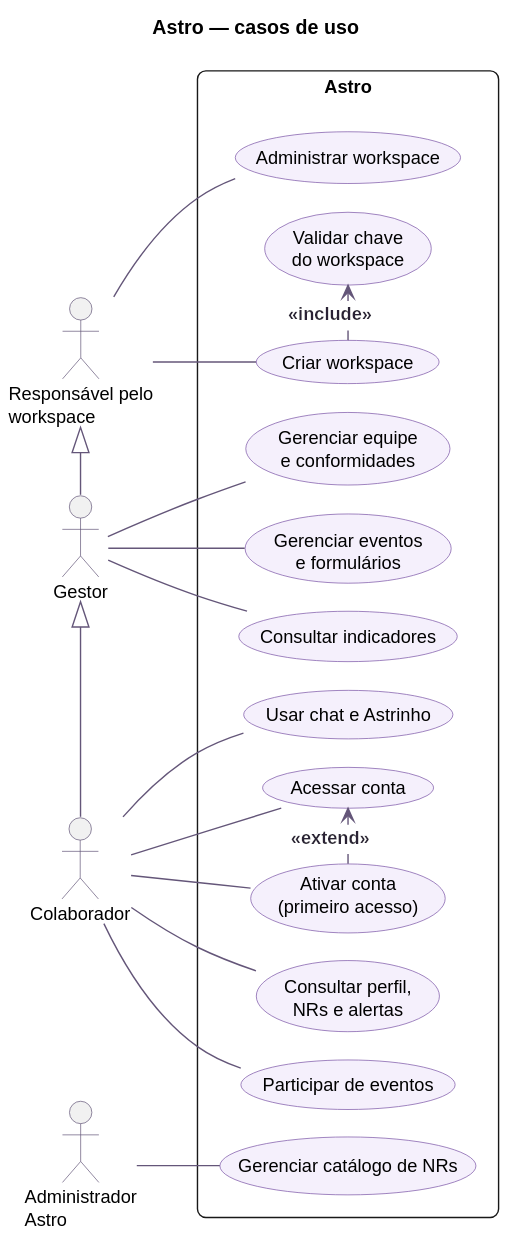
Before: diagrams/rendered/casos_de_uso.svg, a diagram exported from PlantUML (Astro-Inter/astro-eqs-diagrams).
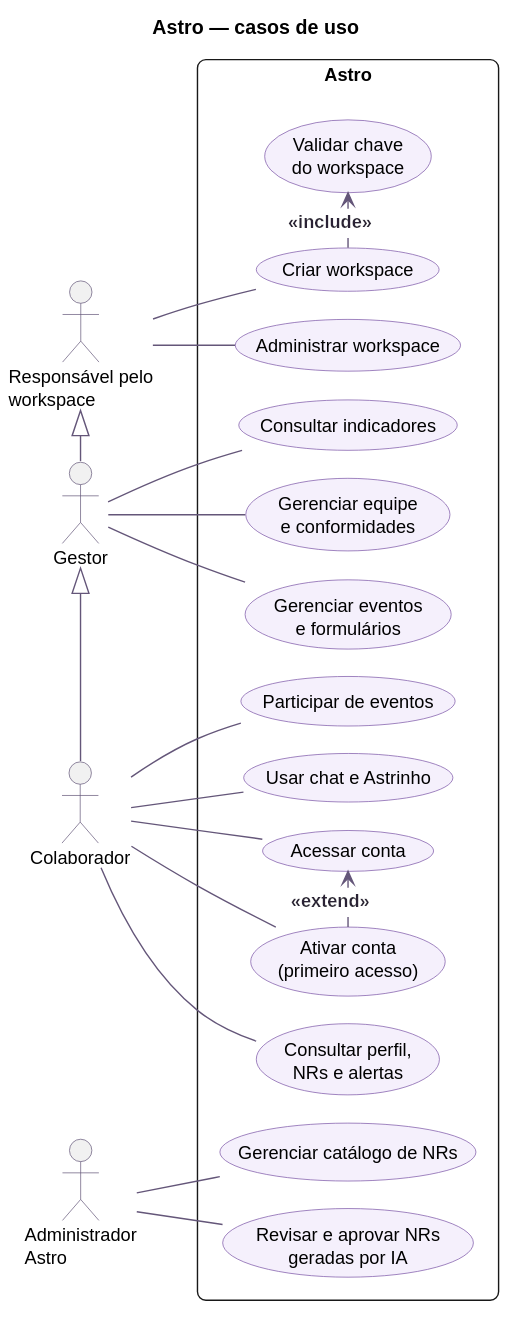
Later version of the same file.

Commit message:
docs(SCRUM-558): explicitar aprovacao de nrs geradas por ia

What changed in the source:
```diff
@@ -29,6 +29,7 @@
   usecase "Consultar indicadores" as indicadores
   usecase "Administrar workspace" as workspace
   usecase "Gerenciar catálogo de NRs" as catalogo
+  usecase "Revisar e aprovar NRs\ngeradas por IA" as aprovar_nrs
 }
 responsavel -- criar
 colaborador -- acesso
@@ -41,6 +42,7 @@
 gestor -- indicadores
 responsavel -- workspace
 admin -- catalogo
+admin -- aprovar_nrs
 
 criar .> validar_chave : <back:white> «include» </back>
 ativar .> acesso : <back:white> «extend» </back>
```
